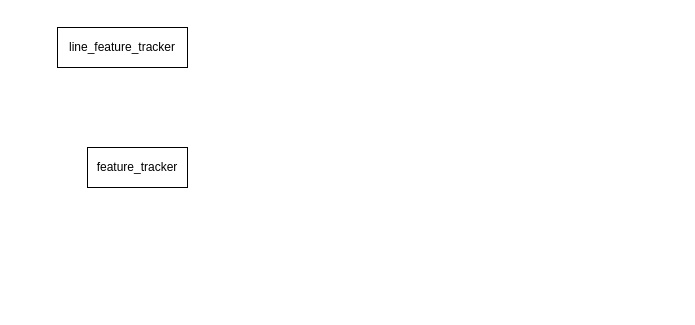
This is PL-VINS/construct.drawio from ppppplus/plvins-diy, a draw.io file, before an edit. Source tidied: cells renumbered, new cells numbered last; positions are measured from the earlier drawing's top-left corner, leaving out a move shared by most shapes. Both pictures are drawn from the tidied source at 100%, with x=0, y=0 at pixel (57, 27).
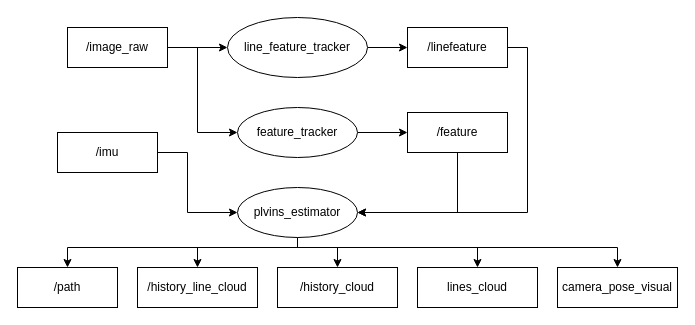
After the change.

The edit, as a diff of the source:
```diff
@@
+    <mxCell id="4" style="edgeStyle=orthogonalEdgeStyle;rounded=0;jettySize=auto;html=1;exitX=1;exitY=0.5;exitDx=0;exitDy=0;entryX=0;entryY=0.5;entryDx=0;entryDy=0;" parent="1" edge="1" source="2" target="3">
+      <mxGeometry relative="1" as="geometry" />
+    </mxCell>
+    <mxCell id="5" style="edgeStyle=orthogonalEdgeStyle;rounded=0;jettySize=auto;html=1;exitX=1;exitY=0.5;exitDx=0;exitDy=0;entryX=0;entryY=0.5;entryDx=0;entryDy=0;" parent="1" edge="1" source="2" target="8">
+      <mxGeometry relative="1" as="geometry">
+        <Array as="points">
+          <mxPoint x="140" y="20" />
+          <mxPoint x="140" y="105" />
+        </Array>
+      </mxGeometry>
+    </mxCell>
-    <mxCell id="2" value="feature_tracker" style="rounded=0;whiteSpace=wrap;html=1;" parent="1" vertex="1">
-      <mxGeometry x="30" y="120" width="100" height="40" as="geometry" />
+    <mxCell id="2" value="/image_raw" style="rounded=0;whiteSpace=wrap;html=1;" parent="1" vertex="1">
+      <mxGeometry x="10" width="100" height="40" as="geometry" />
     </mxCell>
+    <mxCell id="6" style="edgeStyle=orthogonalEdgeStyle;rounded=0;jettySize=auto;html=1;exitX=1;exitY=0.5;exitDx=0;exitDy=0;entryX=0;entryY=0.5;entryDx=0;entryDy=0;" parent="1" edge="1" source="3" target="12">
+      <mxGeometry relative="1" as="geometry" />
+    </mxCell>
-    <mxCell id="3" value="line_feature_tracker" style="rounded=0;whiteSpace=wrap;html=1;" parent="1" vertex="1">
-      <mxGeometry width="130" height="40" as="geometry" />
+    <mxCell id="3" value="&lt;span style=&quot;white-space: normal&quot;&gt;line_feature_tracker&lt;/span&gt;" style="ellipse;whiteSpace=wrap;html=1;" parent="1" vertex="1">
+      <mxGeometry x="170" y="-10" width="140" height="60" as="geometry" />
     </mxCell>
+    <mxCell id="7" style="edgeStyle=orthogonalEdgeStyle;rounded=0;jettySize=auto;html=1;exitX=1;exitY=0.5;exitDx=0;exitDy=0;entryX=0;entryY=0.5;entryDx=0;entryDy=0;" parent="1" edge="1" source="8" target="14">
+      <mxGeometry relative="1" as="geometry" />
+    </mxCell>
+    <mxCell id="8" value="&lt;span style=&quot;white-space: normal&quot;&gt;feature_tracker&lt;/span&gt;" style="ellipse;whiteSpace=wrap;html=1;" parent="1" vertex="1">
+      <mxGeometry x="180" y="80" width="120" height="50" as="geometry" />
+    </mxCell>
+    <mxCell id="9" style="edgeStyle=orthogonalEdgeStyle;rounded=0;jettySize=auto;html=1;exitX=1;exitY=0.5;exitDx=0;exitDy=0;entryX=0;entryY=0.5;entryDx=0;entryDy=0;" parent="1" edge="1" source="10" target="20">
+      <mxGeometry relative="1" as="geometry">
+        <Array as="points">
+          <mxPoint x="130" y="125" />
+          <mxPoint x="130" y="185" />
+        </Array>
+      </mxGeometry>
+    </mxCell>
+    <mxCell id="10" value="/imu" style="rounded=0;whiteSpace=wrap;html=1;" parent="1" vertex="1">
+      <mxGeometry y="105" width="100" height="40" as="geometry" />
+    </mxCell>
+    <mxCell id="11" style="edgeStyle=orthogonalEdgeStyle;rounded=0;jettySize=auto;html=1;exitX=1;exitY=0.5;exitDx=0;exitDy=0;entryX=1;entryY=0.5;entryDx=0;entryDy=0;" parent="1" edge="1" source="12" target="20">
+      <mxGeometry relative="1" as="geometry" />
+    </mxCell>
+    <mxCell id="12" value="/linefeature" style="rounded=0;whiteSpace=wrap;html=1;" parent="1" vertex="1">
+      <mxGeometry x="350" width="100" height="40" as="geometry" />
+    </mxCell>
+    <mxCell id="13" style="edgeStyle=orthogonalEdgeStyle;rounded=0;jettySize=auto;html=1;exitX=0.5;exitY=1;exitDx=0;exitDy=0;entryX=1;entryY=0.5;entryDx=0;entryDy=0;" parent="1" edge="1" source="14" target="20">
+      <mxGeometry relative="1" as="geometry" />
+    </mxCell>
+    <mxCell id="14" value="/feature" style="rounded=0;whiteSpace=wrap;html=1;" parent="1" vertex="1">
+      <mxGeometry x="350" y="85" width="100" height="40" as="geometry" />
+    </mxCell>
+    <mxCell id="15" style="edgeStyle=orthogonalEdgeStyle;rounded=0;jettySize=auto;html=1;exitX=0.5;exitY=1;exitDx=0;exitDy=0;" parent="1" edge="1" source="20" target="21">
+      <mxGeometry relative="1" as="geometry">
+        <Array as="points">
+          <mxPoint x="240" y="220" />
+          <mxPoint x="10" y="220" />
+        </Array>
+      </mxGeometry>
+    </mxCell>
+    <mxCell id="16" style="edgeStyle=orthogonalEdgeStyle;rounded=0;jettySize=auto;html=1;exitX=0.5;exitY=1;exitDx=0;exitDy=0;entryX=0.5;entryY=0;entryDx=0;entryDy=0;" parent="1" edge="1" source="20" target="23">
+      <mxGeometry relative="1" as="geometry">
+        <Array as="points">
+          <mxPoint x="240" y="220" />
+          <mxPoint x="280" y="220" />
+        </Array>
+      </mxGeometry>
+    </mxCell>
+    <mxCell id="17" style="edgeStyle=orthogonalEdgeStyle;rounded=0;jettySize=auto;html=1;exitX=0.5;exitY=1;exitDx=0;exitDy=0;" parent="1" edge="1" source="20" target="22">
+      <mxGeometry relative="1" as="geometry">
+        <Array as="points">
+          <mxPoint x="240" y="220" />
+          <mxPoint x="140" y="220" />
+        </Array>
+      </mxGeometry>
+    </mxCell>
+    <mxCell id="18" style="edgeStyle=orthogonalEdgeStyle;rounded=0;jettySize=auto;html=1;exitX=0.5;exitY=1;exitDx=0;exitDy=0;" parent="1" edge="1" source="20" target="24">
+      <mxGeometry relative="1" as="geometry">
+        <Array as="points">
+          <mxPoint x="240" y="220" />
+          <mxPoint x="420" y="220" />
+        </Array>
+      </mxGeometry>
+    </mxCell>
+    <mxCell id="19" style="edgeStyle=orthogonalEdgeStyle;rounded=0;jettySize=auto;html=1;exitX=0.5;exitY=1;exitDx=0;exitDy=0;entryX=0.5;entryY=0;entryDx=0;entryDy=0;" parent="1" edge="1" source="20" target="25">
+      <mxGeometry relative="1" as="geometry">
+        <Array as="points">
+          <mxPoint x="240" y="220" />
+          <mxPoint x="560" y="220" />
+        </Array>
+      </mxGeometry>
+    </mxCell>
+    <mxCell id="20" value="&lt;span style=&quot;white-space: normal&quot;&gt;plvins_estimator&lt;/span&gt;" style="ellipse;whiteSpace=wrap;html=1;" parent="1" vertex="1">
+      <mxGeometry x="180" y="160" width="120" height="50" as="geometry" />
+    </mxCell>
+    <mxCell id="21" value="/path" style="rounded=0;whiteSpace=wrap;html=1;" parent="1" vertex="1">
+      <mxGeometry x="-40" y="240" width="100" height="40" as="geometry" />
+    </mxCell>
+    <mxCell id="22" value="/history_line_cloud" style="rounded=0;whiteSpace=wrap;html=1;" parent="1" vertex="1">
+      <mxGeometry x="80" y="240" width="120" height="40" as="geometry" />
+    </mxCell>
+    <mxCell id="23" value="/history_cloud" style="rounded=0;whiteSpace=wrap;html=1;" parent="1" vertex="1">
+      <mxGeometry x="220" y="240" width="120" height="40" as="geometry" />
+    </mxCell>
+    <mxCell id="24" value="lines_cloud" style="rounded=0;whiteSpace=wrap;html=1;" parent="1" vertex="1">
+      <mxGeometry x="360" y="240" width="120" height="40" as="geometry" />
+    </mxCell>
+    <mxCell id="25" value="camera_pose_visual" style="rounded=0;whiteSpace=wrap;html=1;" parent="1" vertex="1">
+      <mxGeometry x="500" y="240" width="120" height="40" as="geometry" />
+    </mxCell>
```
